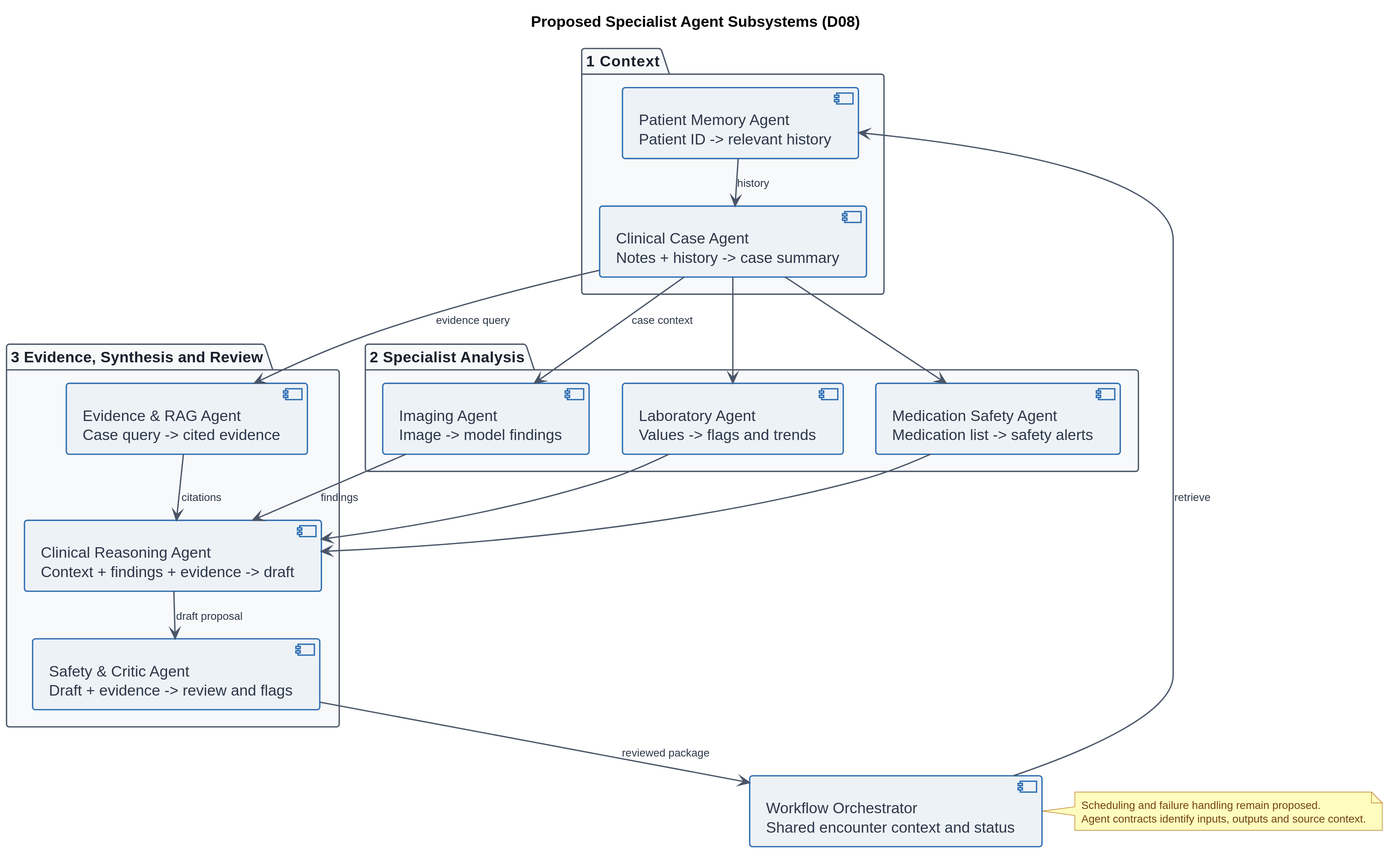
Before: esha/diagrams/esha_D08_agent_subsystems.svg, a diagram exported from PlantUML (fatimamalik2307/fyp-report).
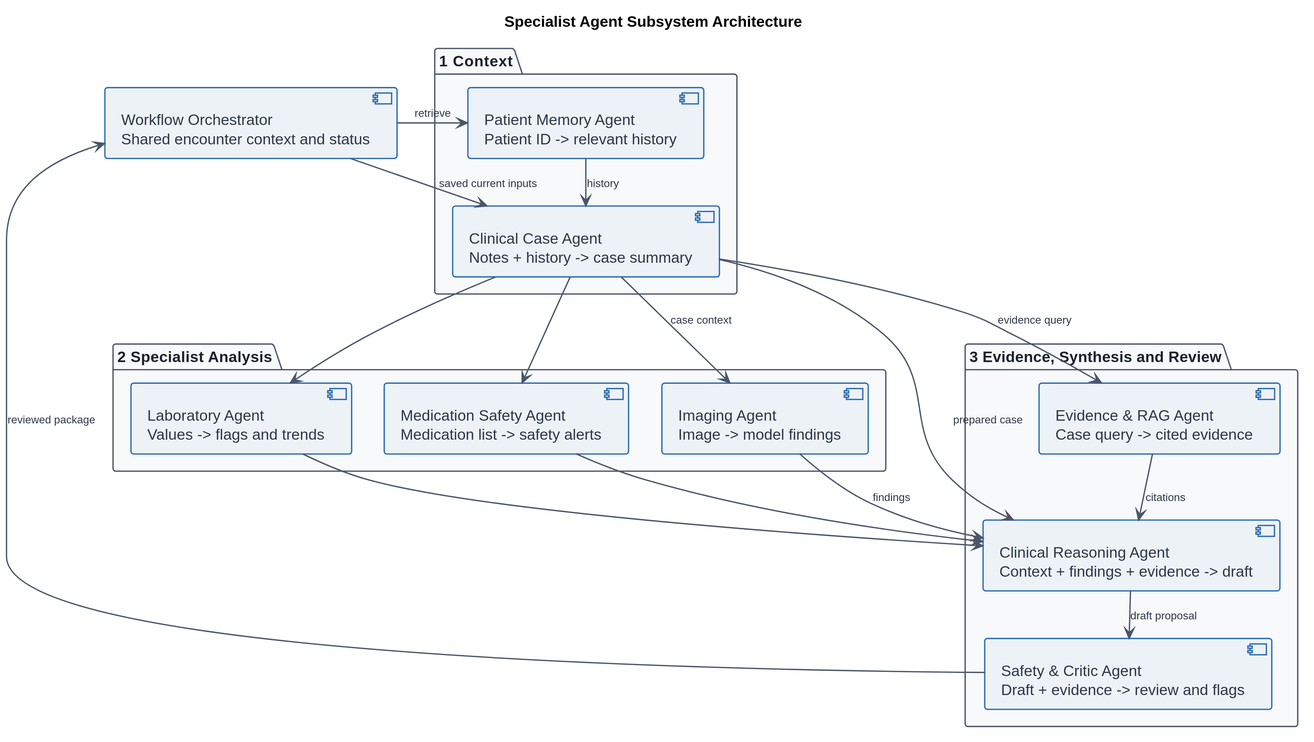
After the change.

The edit, as a diff of the source:
```diff
@@ -37,7 +37,7 @@
     FontSize 10
 }
 
-title Proposed Specialist Agent Subsystems (D08)
+title Specialist Agent Subsystem Architecture
 
 component [Workflow Orchestrator\nShared encounter context and status] as Engine
 
@@ -59,6 +59,8 @@
 }
 
 Engine --> PMAgent : retrieve
+Engine --> CCAgent : saved current inputs
+CCAgent --> ReasoningAgent : prepared case
 PMAgent --> CCAgent : history
 CCAgent --> ImgAgent : case context
 CCAgent --> LabAgent
@@ -70,9 +72,4 @@
 RAGAgent --> ReasoningAgent : citations
 ReasoningAgent --> CriticAgent : draft proposal
 CriticAgent --> Engine : reviewed package
-
-note right of Engine
-  Scheduling and failure handling remain proposed.
-  Agent contracts identify inputs, outputs and source context.
-end note
 @enduml
```
